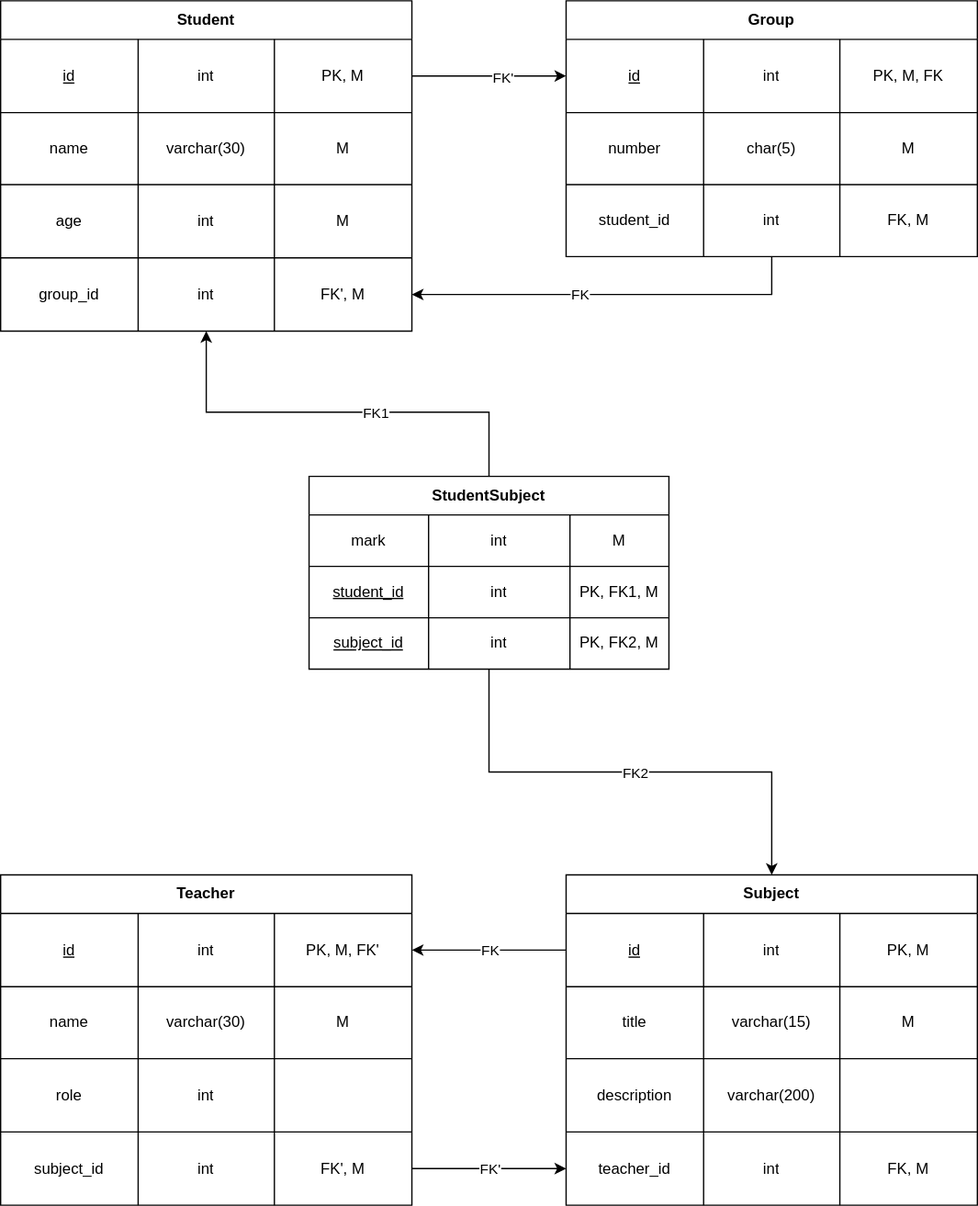
Before: Physical.svg, a diagram exported from draw.io (OlegUtusikov/DataBaseCourse). Source tidied: cells renumbered, new cells last; positions are measured from the earlier drawing's top-left corner, leaving out a move shared by most shapes.
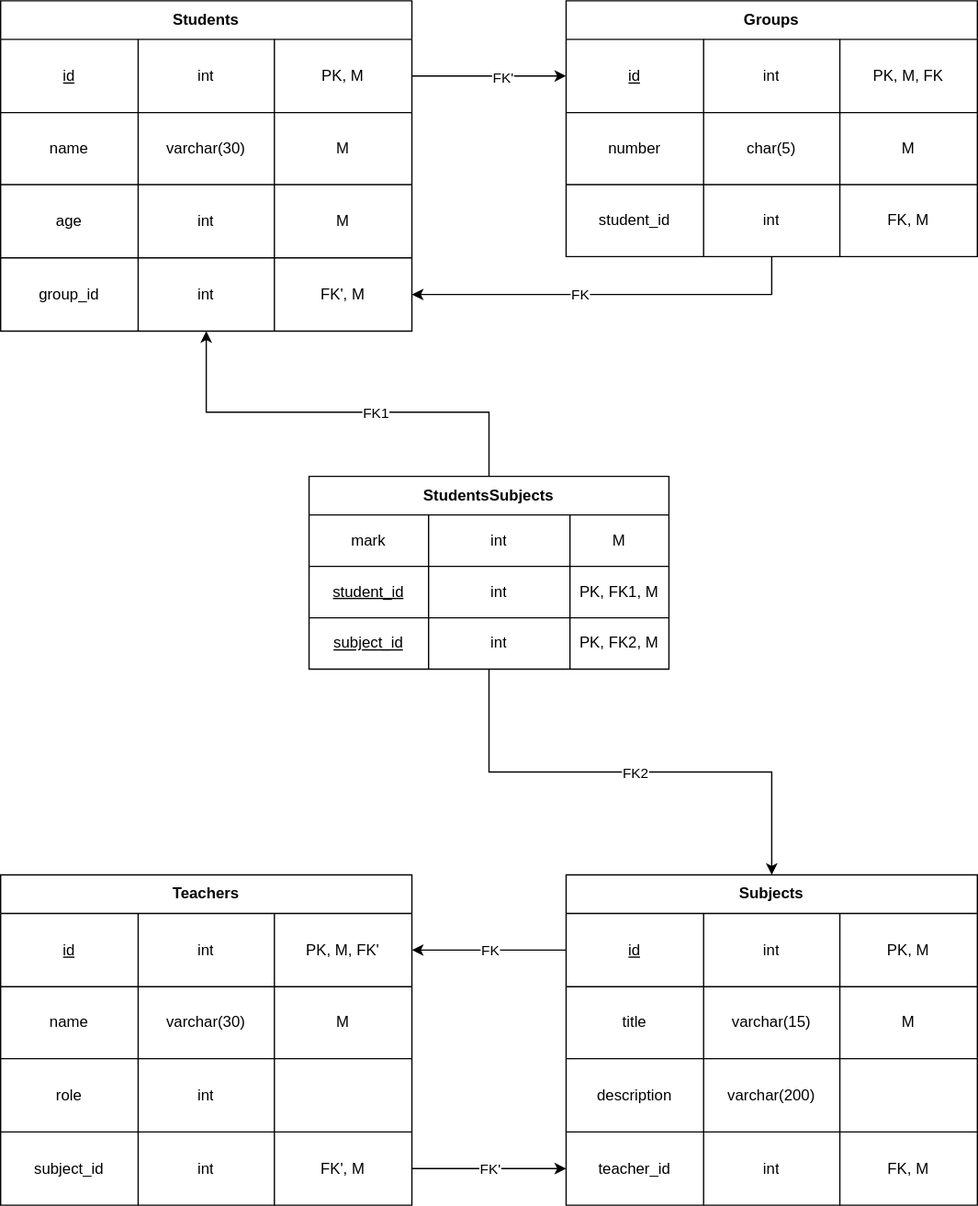
Above is the later version.

Change to the diagram source:
```diff
@@ -2,7 +2,7 @@
   <root>
     <mxCell id="0" />
     <mxCell id="1" parent="0" />
-    <mxCell id="2" value="Student" style="shape=table;html=1;whiteSpace=wrap;startSize=30;fontStyle=1;align=center;" parent="1" vertex="1">
+    <mxCell id="2" value="Students" style="shape=table;html=1;whiteSpace=wrap;startSize=30;fontStyle=1;align=center;" parent="1" vertex="1">
       <mxGeometry width="320" height="257" as="geometry" />
     </mxCell>
     <mxCell id="3" style="shape=partialRectangle;html=1;whiteSpace=wrap;fillColor=none;top=0;left=0;bottom=0;right=0;points=[[0,0.5],[1,0.5]];portConstraint=eastwest;" parent="2" vertex="1">
@@ -61,7 +61,7 @@
         <mxPoint x="17.5" y="-5" as="offset" />
       </mxGeometry>
     </mxCell>
-    <mxCell id="21" value="Group" style="shape=table;html=1;whiteSpace=wrap;startSize=30;fontStyle=1;align=center;" parent="1" vertex="1">
+    <mxCell id="21" value="Groups" style="shape=table;html=1;whiteSpace=wrap;startSize=30;fontStyle=1;align=center;" parent="1" vertex="1">
       <mxGeometry x="440" width="320" height="199" as="geometry" />
     </mxCell>
     <mxCell id="22" style="shape=partialRectangle;html=1;whiteSpace=wrap;fillColor=none;top=0;left=0;bottom=0;right=0;points=[[0,0.5],[1,0.5]];portConstraint=eastwest;" parent="21" vertex="1">
@@ -100,7 +100,7 @@
     <mxCell id="33" value="FK, M" style="shape=partialRectangle;html=1;whiteSpace=wrap;fillColor=none;top=0;left=0;bottom=0;right=0;overflow=hidden;" parent="30" vertex="1">
       <mxGeometry x="213" width="107" height="56" as="geometry" />
     </mxCell>
-    <mxCell id="34" value="Teacher" style="shape=table;html=1;whiteSpace=wrap;startSize=30;fontStyle=1;align=center;" parent="1" vertex="1">
+    <mxCell id="34" value="Teachers" style="shape=table;html=1;whiteSpace=wrap;startSize=30;fontStyle=1;align=center;" parent="1" vertex="1">
       <mxGeometry y="680" width="320" height="257" as="geometry" />
     </mxCell>
     <mxCell id="35" style="shape=partialRectangle;html=1;whiteSpace=wrap;fillColor=none;top=0;left=0;bottom=0;right=0;points=[[0,0.5],[1,0.5]];portConstraint=eastwest;" parent="34" vertex="1">
@@ -151,7 +151,7 @@
     <mxCell id="50" value="FK', M" style="shape=partialRectangle;html=1;whiteSpace=wrap;fillColor=none;top=0;left=0;bottom=0;right=0;overflow=hidden;" parent="47" vertex="1">
       <mxGeometry x="213" width="107" height="57" as="geometry" />
     </mxCell>
-    <mxCell id="51" value="Subject" style="shape=table;html=1;whiteSpace=wrap;startSize=30;fontStyle=1;align=center;" parent="1" vertex="1">
+    <mxCell id="51" value="Subjects" style="shape=table;html=1;whiteSpace=wrap;startSize=30;fontStyle=1;align=center;" parent="1" vertex="1">
       <mxGeometry x="440" y="680" width="320" height="257" as="geometry" />
     </mxCell>
     <mxCell id="52" style="shape=partialRectangle;html=1;whiteSpace=wrap;fillColor=none;top=0;left=0;bottom=0;right=0;points=[[0,0.5],[1,0.5]];portConstraint=eastwest;" parent="51" vertex="1">
@@ -221,7 +221,7 @@
         <mxPoint x="12.5" y="4" as="offset" />
       </mxGeometry>
     </mxCell>
-    <mxCell id="72" value="StudentSubject" style="shape=table;html=1;whiteSpace=wrap;startSize=30;fontStyle=1;align=center;rounded=0;arcSize=50;" parent="1" vertex="1">
+    <mxCell id="72" value="StudentsSubjects" style="shape=table;html=1;whiteSpace=wrap;startSize=30;fontStyle=1;align=center;rounded=0;arcSize=50;" parent="1" vertex="1">
       <mxGeometry x="240" y="370" width="280" height="150" as="geometry" />
     </mxCell>
     <mxCell id="73" style="shape=partialRectangle;html=1;whiteSpace=wrap;fillColor=none;top=0;left=0;bottom=0;right=0;" parent="72" vertex="1">
```
